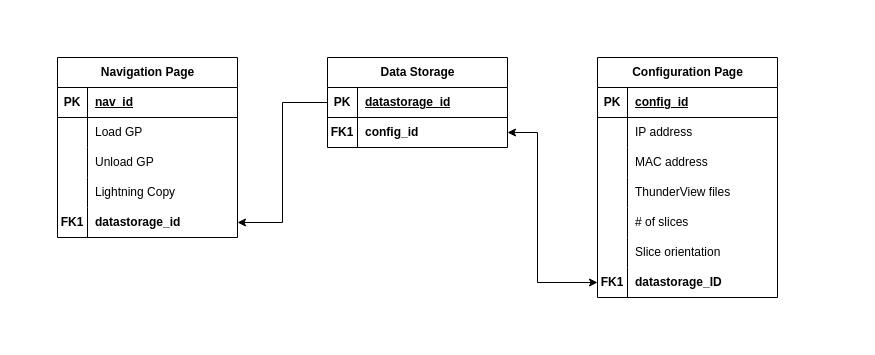
This is GUI_DesignMap.drawio from MansourMohamedAli/GPS_UserInterface, a draw.io file, before an edit. Source tidied: cells renumbered, new cells numbered last; positions are measured from the earlier drawing's top-left corner, leaving out a move shared by most shapes. Both pictures are drawn from the tidied source at 100%, with x=0, y=0 at pixel (57, 57).
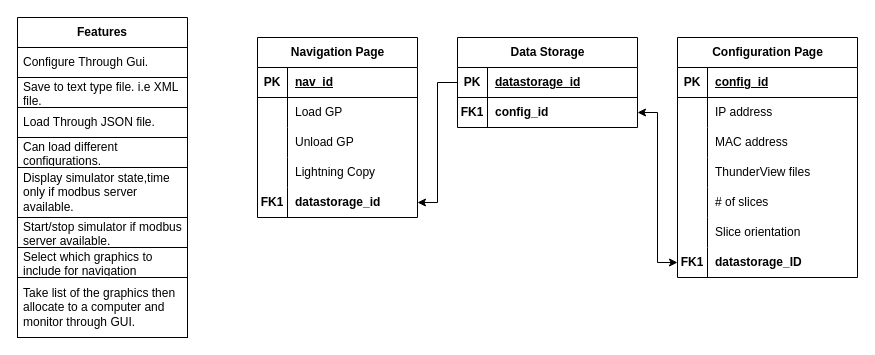
After the change.

Commit message:
Created "Features" table.

Unchanged cells that the change refers to:
```xml
<mxCell id="37" style="shape=tableRow;horizontal=0;startSize=0;swimlaneHead=0;swimlaneBody=0;fillColor=none;points=[[0,0.5],[1,0.5]];portConstraint=eastwest;top=0;left=0;right=0;bottom=0;" parent="18" vertex="1">
  <mxGeometry y="210" width="180" height="30" as="geometry" />
</mxCell>
<mxCell id="44" style="shape=tableRow;horizontal=0;startSize=0;swimlaneHead=0;swimlaneBody=0;fillColor=none;points=[[0,0.5],[1,0.5]];portConstraint=eastwest;top=0;left=0;right=0;bottom=0;" parent="40" vertex="1">
  <mxGeometry y="60" width="180" height="30" as="geometry" />
</mxCell>
```

Change to the diagram source:
```diff
@@
     <mxCell id="2" value="Navigation Page" style="shape=table;startSize=30;childLayout=tableLayout;rowLines=0;fontStyle=1;align=center;html=1;" parent="1" vertex="1">
-      <mxGeometry width="180" height="180" as="geometry" />
+      <mxGeometry x="200" y="-20" width="160" height="180" as="geometry" />
     </mxCell>
     <mxCell id="3" style="shape=tableRow;horizontal=0;startSize=0;swimlaneHead=0;swimlaneBody=0;fillColor=none;top=0;left=0;right=0;bottom=1;" parent="2" vertex="1">
-      <mxGeometry y="30" width="180" height="30" as="geometry" />
+      <mxGeometry y="30" width="160" height="30" as="geometry" />
     </mxCell>
@@
     <mxCell id="5" value="nav_id" style="shape=partialRectangle;fillColor=none;top=0;left=0;bottom=0;right=0;align=left;spacingLeft=6;fontStyle=5;overflow=hidden;whiteSpace=wrap;html=1;" parent="3" vertex="1">
-      <mxGeometry x="30" width="150" height="30" as="geometry" />
+      <mxGeometry x="30" width="130" height="30" as="geometry" />
     </mxCell>
     <mxCell id="6" style="shape=tableRow;horizontal=0;startSize=0;swimlaneHead=0;swimlaneBody=0;fillColor=none;top=0;left=0;right=0;bottom=0;" parent="2" vertex="1">
-      <mxGeometry y="60" width="180" height="30" as="geometry" />
+      <mxGeometry y="60" width="160" height="30" as="geometry" />
     </mxCell>
@@
     <mxCell id="8" value="Load GP" style="shape=partialRectangle;fillColor=none;top=0;left=0;bottom=0;right=0;align=left;spacingLeft=6;overflow=hidden;whiteSpace=wrap;html=1;" parent="6" vertex="1">
-      <mxGeometry x="30" width="150" height="30" as="geometry" />
+      <mxGeometry x="30" width="130" height="30" as="geometry" />
     </mxCell>
     <mxCell id="9" style="shape=tableRow;horizontal=0;startSize=0;swimlaneHead=0;swimlaneBody=0;fillColor=none;top=0;left=0;right=0;bottom=0;" parent="2" vertex="1">
-      <mxGeometry y="90" width="180" height="30" as="geometry" />
+      <mxGeometry y="90" width="160" height="30" as="geometry" />
     </mxCell>
@@
     <mxCell id="11" value="Unload GP" style="shape=partialRectangle;fillColor=none;top=0;left=0;bottom=0;right=0;align=left;spacingLeft=6;overflow=hidden;whiteSpace=wrap;html=1;" parent="9" vertex="1">
-      <mxGeometry x="30" width="150" height="30" as="geometry" />
+      <mxGeometry x="30" width="130" height="30" as="geometry" />
     </mxCell>
     <mxCell id="12" style="shape=tableRow;horizontal=0;startSize=0;swimlaneHead=0;swimlaneBody=0;fillColor=none;top=0;left=0;right=0;bottom=0;" parent="2" vertex="1">
-      <mxGeometry y="120" width="180" height="30" as="geometry" />
+      <mxGeometry y="120" width="160" height="30" as="geometry" />
     </mxCell>
@@
     <mxCell id="14" value="Lightning Copy" style="shape=partialRectangle;fillColor=none;top=0;left=0;bottom=0;right=0;align=left;spacingLeft=6;overflow=hidden;whiteSpace=wrap;html=1;" parent="12" vertex="1">
-      <mxGeometry x="30" width="150" height="30" as="geometry" />
+      <mxGeometry x="30" width="130" height="30" as="geometry" />
     </mxCell>
     <mxCell id="15" style="shape=tableRow;horizontal=0;startSize=0;swimlaneHead=0;swimlaneBody=0;fillColor=none;points=[[0,0.5],[1,0.5]];portConstraint=eastwest;top=0;left=0;right=0;bottom=0;" parent="2" vertex="1">
-      <mxGeometry y="150" width="180" height="30" as="geometry" />
+      <mxGeometry y="150" width="160" height="30" as="geometry" />
     </mxCell>
@@
     <mxCell id="17" value="&lt;b&gt;datastorage_id&lt;/b&gt;" style="shape=partialRectangle;fillColor=none;top=0;left=0;bottom=0;right=0;align=left;spacingLeft=6;overflow=hidden;whiteSpace=wrap;html=1;" parent="15" vertex="1">
-      <mxGeometry x="30" width="150" height="30" as="geometry" />
+      <mxGeometry x="30" width="130" height="30" as="geometry" />
     </mxCell>
     <mxCell id="18" value="Configuration Page" style="shape=table;startSize=30;childLayout=tableLayout;rowLines=0;fontStyle=1;align=center;html=1;" parent="1" vertex="1">
-      <mxGeometry x="540" width="180" height="240" as="geometry" />
+      <mxGeometry x="620" y="-20" width="180" height="240" as="geometry" />
     </mxCell>
@@
     <mxCell id="40" value="Data Storage" style="shape=table;startSize=30;childLayout=tableLayout;rowLines=0;fontStyle=1;align=center;html=1;" parent="1" vertex="1">
-      <mxGeometry x="270" width="180" height="90" as="geometry" />
+      <mxGeometry x="400" y="-20" width="180" height="90" as="geometry" />
     </mxCell>
@@
     <mxCell id="48" style="endArrow=classic;startArrow=classic;html=1;rounded=0;entryX=1;entryY=0.5;entryDx=0;entryDy=0;exitX=0;exitY=0.5;exitDx=0;exitDy=0;" parent="1" edge="1" source="37" target="44">
       <mxGeometry relative="1" as="geometry">
         <Array as="points">
-          <mxPoint x="480" y="225" />
-          <mxPoint x="480" y="75" />
+          <mxPoint x="600" y="205" />
+          <mxPoint x="600" y="55" />
         </Array>
       </mxGeometry>
     </mxCell>
+    <mxCell id="49" value="&lt;b&gt;Features&lt;/b&gt;" style="swimlane;fontStyle=0;horizontal=1;startSize=30;whiteSpace=wrap;html=1;" parent="1" vertex="1">
+      <mxGeometry x="-40" y="-40" width="170" height="320" as="geometry" />
+    </mxCell>
+    <mxCell id="50" value="Configure Through Gui." style="text;strokeColor=default;fillColor=none;align=left;verticalAlign=middle;spacingLeft=4;spacingRight=4;overflow=hidden;whiteSpace=wrap;html=1;shadow=0;" parent="49" vertex="1">
+      <mxGeometry y="30" width="170" height="30" as="geometry" />
+    </mxCell>
+    <mxCell id="51" value="Save to text type file. i.e XML file." style="text;strokeColor=default;fillColor=none;align=left;verticalAlign=middle;spacingLeft=4;spacingRight=4;overflow=hidden;whiteSpace=wrap;html=1;" parent="49" vertex="1">
+      <mxGeometry y="60" width="170" height="30" as="geometry" />
+    </mxCell>
+    <mxCell id="52" value="Load Through JSON file." style="text;strokeColor=default;fillColor=none;align=left;verticalAlign=middle;spacingLeft=4;spacingRight=4;overflow=hidden;whiteSpace=wrap;html=1;" parent="49" vertex="1">
+      <mxGeometry y="90" width="170" height="30" as="geometry" />
+    </mxCell>
+    <mxCell id="53" value="Can load different configurations." style="text;strokeColor=default;fillColor=none;align=left;verticalAlign=middle;spacingLeft=4;spacingRight=4;overflow=hidden;whiteSpace=wrap;html=1;" parent="49" vertex="1">
+      <mxGeometry y="120" width="170" height="30" as="geometry" />
+    </mxCell>
+    <mxCell id="54" value="Display simulator state,time only if modbus server available." style="text;strokeColor=default;fillColor=none;align=left;verticalAlign=middle;spacingLeft=4;spacingRight=4;overflow=hidden;whiteSpace=wrap;html=1;perimeterSpacing=1;strokeWidth=1;" parent="49" vertex="1">
+      <mxGeometry y="150" width="170" height="50" as="geometry" />
+    </mxCell>
+    <mxCell id="55" value="Start/stop simulator if modbus server available." style="text;strokeColor=default;fillColor=none;align=left;verticalAlign=middle;spacingLeft=4;spacingRight=4;overflow=hidden;whiteSpace=wrap;html=1;" parent="49" vertex="1">
+      <mxGeometry y="200" width="170" height="30" as="geometry" />
+    </mxCell>
+    <mxCell id="56" value="Select which graphics to include for navigation" style="text;strokeColor=default;fillColor=none;align=left;verticalAlign=middle;spacingLeft=4;spacingRight=4;overflow=hidden;whiteSpace=wrap;html=1;" parent="49" vertex="1">
+      <mxGeometry y="230" width="170" height="30" as="geometry" />
+    </mxCell>
+    <mxCell id="57" value="Take list of the graphics then allocate to a computer and monitor through GUI." style="text;strokeColor=default;fillColor=none;align=left;verticalAlign=middle;spacingLeft=4;spacingRight=4;overflow=hidden;whiteSpace=wrap;html=1;" parent="49" vertex="1">
+      <mxGeometry y="260" width="170" height="60" as="geometry" />
+    </mxCell>
```
